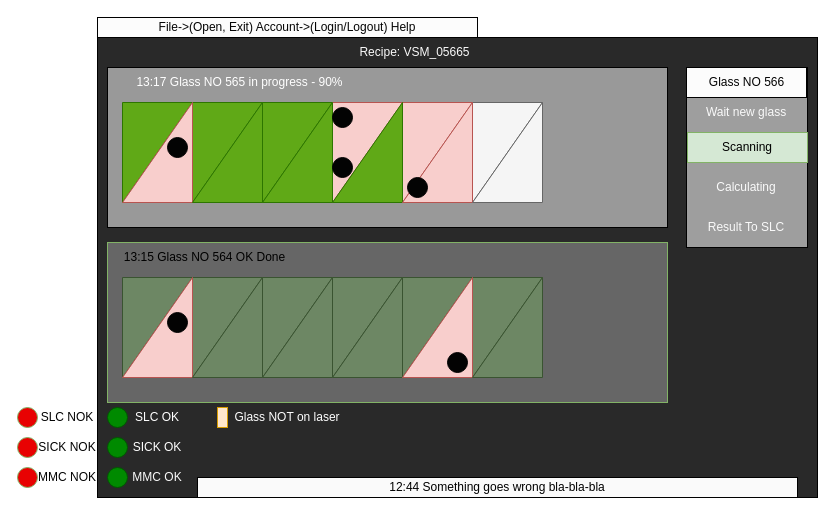
Before: page "Main window" (3 of 3) of Inspection Platform Dataflow.drawio in megavad/Diagrams, a draw.io diagram. Source tidied: cells renumbered, new cells numbered last; positions are measured from the earlier drawing's top-left corner, leaving out a move shared by most shapes. Both pictures are drawn from the tidied source at 100%, with x=0, y=0 at pixel (17, 17).
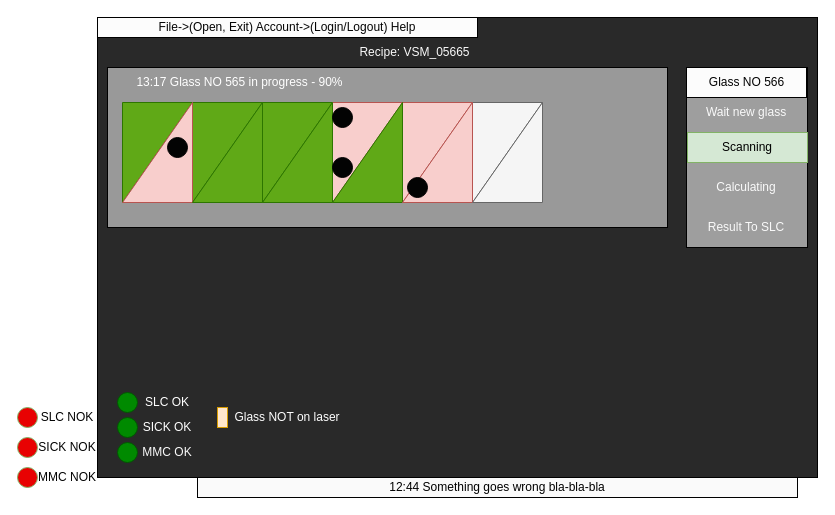
The same diagram, later.

The edit, as a diff of the source:
```diff
@@
     <mxCell id="2" style="rounded=0;whiteSpace=wrap;html=1;fillColor=#292929;" parent="1" vertex="1">
-      <mxGeometry x="80" y="20" width="720" height="460" as="geometry" />
+      <mxGeometry x="80" width="720" height="460" as="geometry" />
     </mxCell>
@@
     <mxCell id="4" style="ellipse;whiteSpace=wrap;html=1;fillColor=#008a00;strokeColor=#005700;fontColor=#ffffff;" parent="1" vertex="1">
-      <mxGeometry x="90" y="390" width="20" height="20" as="geometry" />
+      <mxGeometry x="100" y="375" width="20" height="20" as="geometry" />
     </mxCell>
     <mxCell id="5" style="ellipse;whiteSpace=wrap;html=1;fillColor=#008a00;strokeColor=#005700;fontColor=#ffffff;" parent="1" vertex="1">
-      <mxGeometry x="90" y="420" width="20" height="20" as="geometry" />
+      <mxGeometry x="100" y="400" width="20" height="20" as="geometry" />
     </mxCell>
     <mxCell id="6" style="ellipse;whiteSpace=wrap;html=1;fillColor=#008a00;strokeColor=#005700;fontColor=#ffffff;" parent="1" vertex="1">
-      <mxGeometry x="90" y="450" width="20" height="20" as="geometry" />
+      <mxGeometry x="100" y="425" width="20" height="20" as="geometry" />
     </mxCell>
     <mxCell id="7" value="SLC OK" style="text;html=1;strokeColor=none;fillColor=none;align=center;verticalAlign=middle;whiteSpace=wrap;rounded=0;fontColor=#FFFFFF;" parent="1" vertex="1">
-      <mxGeometry x="110" y="385" width="60" height="30" as="geometry" />
+      <mxGeometry x="120" y="370" width="60" height="30" as="geometry" />
     </mxCell>
     <mxCell id="8" value="SICK OK" style="text;html=1;strokeColor=none;fillColor=none;align=center;verticalAlign=middle;whiteSpace=wrap;rounded=0;fontColor=#FFFFFF;" parent="1" vertex="1">
-      <mxGeometry x="110" y="415" width="60" height="30" as="geometry" />
+      <mxGeometry x="120" y="395" width="60" height="30" as="geometry" />
     </mxCell>
@@
     <mxCell id="10" value="MMC OK" style="text;html=1;strokeColor=none;fillColor=none;align=center;verticalAlign=middle;whiteSpace=wrap;rounded=0;fontColor=#FAFAFA;" parent="1" vertex="1">
-      <mxGeometry x="110" y="445" width="60" height="30" as="geometry" />
+      <mxGeometry x="120" y="420" width="60" height="30" as="geometry" />
     </mxCell>
@@
-    <mxCell id="28" style="rounded=0;whiteSpace=wrap;html=1;fillColor=#666666;strokeColor=#82b366;" parent="1" vertex="1">
-      <mxGeometry x="90" y="225" width="560" height="160" as="geometry" />
-    </mxCell>
-    <mxCell id="29" style="verticalLabelPosition=bottom;verticalAlign=top;html=1;shape=mxgraph.basic.orthogonal_triangle;fillColor=#6d8764;direction=south;strokeColor=#3A5431;fontColor=#ffffff;" parent="1" vertex="1">
-      <mxGeometry x="105" y="260" width="70" height="100" as="geometry" />
-    </mxCell>
-    <mxCell id="30" style="verticalLabelPosition=bottom;verticalAlign=top;html=1;shape=mxgraph.basic.orthogonal_triangle;fillColor=#6d8764;direction=south;strokeColor=#3A5431;fontColor=#ffffff;" parent="1" vertex="1">
-      <mxGeometry x="175" y="260" width="70" height="100" as="geometry" />
-    </mxCell>
-    <mxCell id="31" style="verticalLabelPosition=bottom;verticalAlign=top;html=1;shape=mxgraph.basic.orthogonal_triangle;fillColor=#6d8764;direction=south;strokeColor=#3A5431;fontColor=#ffffff;" parent="1" vertex="1">
-      <mxGeometry x="245" y="260" width="70" height="100" as="geometry" />
-    </mxCell>
-    <mxCell id="32" style="verticalLabelPosition=bottom;verticalAlign=top;html=1;shape=mxgraph.basic.orthogonal_triangle;fillColor=#6d8764;direction=south;strokeColor=#3A5431;fontColor=#ffffff;" parent="1" vertex="1">
-      <mxGeometry x="315" y="260" width="70" height="100" as="geometry" />
-    </mxCell>
-    <mxCell id="33" style="verticalLabelPosition=bottom;verticalAlign=top;html=1;shape=mxgraph.basic.orthogonal_triangle;fillColor=#6d8764;direction=south;strokeColor=#3A5431;fontColor=#ffffff;" parent="1" vertex="1">
-      <mxGeometry x="385" y="260" width="70" height="100" as="geometry" />
-    </mxCell>
-    <mxCell id="34" style="verticalLabelPosition=bottom;verticalAlign=top;html=1;shape=mxgraph.basic.orthogonal_triangle;fillColor=#6d8764;direction=south;strokeColor=#3A5431;fontColor=#ffffff;" parent="1" vertex="1">
-      <mxGeometry x="455" y="260" width="70" height="100" as="geometry" />
-    </mxCell>
-    <mxCell id="35" style="verticalLabelPosition=bottom;verticalAlign=top;html=1;shape=mxgraph.basic.orthogonal_triangle;fillColor=#f8cecc;direction=north;strokeColor=#b85450;" parent="1" vertex="1">
-      <mxGeometry x="105" y="260" width="70" height="100" as="geometry" />
-    </mxCell>
-    <mxCell id="36" style="verticalLabelPosition=bottom;verticalAlign=top;html=1;shape=mxgraph.basic.orthogonal_triangle;fillColor=#6d8764;direction=north;strokeColor=#3A5431;fontColor=#ffffff;" parent="1" vertex="1">
-      <mxGeometry x="175" y="260" width="70" height="100" as="geometry" />
-    </mxCell>
-    <mxCell id="37" style="verticalLabelPosition=bottom;verticalAlign=top;html=1;shape=mxgraph.basic.orthogonal_triangle;fillColor=#6d8764;direction=north;strokeColor=#3A5431;fontColor=#ffffff;" parent="1" vertex="1">
-      <mxGeometry x="245" y="260" width="70" height="100" as="geometry" />
-    </mxCell>
-    <mxCell id="38" style="verticalLabelPosition=bottom;verticalAlign=top;html=1;shape=mxgraph.basic.orthogonal_triangle;fillColor=#6d8764;direction=north;strokeColor=#3A5431;fontColor=#ffffff;" parent="1" vertex="1">
-      <mxGeometry x="315" y="260" width="70" height="100" as="geometry" />
-    </mxCell>
-    <mxCell id="39" style="verticalLabelPosition=bottom;verticalAlign=top;html=1;shape=mxgraph.basic.orthogonal_triangle;fillColor=#f8cecc;direction=north;strokeColor=#b85450;" parent="1" vertex="1">
-      <mxGeometry x="385" y="260" width="70" height="100" as="geometry" />
-    </mxCell>
-    <mxCell id="40" style="verticalLabelPosition=bottom;verticalAlign=top;html=1;shape=mxgraph.basic.orthogonal_triangle;fillColor=#6d8764;direction=north;strokeColor=#3A5431;fontColor=#ffffff;" parent="1" vertex="1">
-      <mxGeometry x="455" y="260" width="70" height="100" as="geometry" />
-    </mxCell>
-    <mxCell id="41" style="ellipse;whiteSpace=wrap;html=1;fillColor=#030303;" parent="1" vertex="1">
-      <mxGeometry x="150" y="295" width="20" height="20" as="geometry" />
-    </mxCell>
-    <mxCell id="42" style="ellipse;whiteSpace=wrap;html=1;fillColor=#030303;" parent="1" vertex="1">
-      <mxGeometry x="430" y="335" width="20" height="20" as="geometry" />
-    </mxCell>
-    <mxCell id="43" value="13:15 Glass NO 564 OK Done" style="text;html=1;strokeColor=none;fillColor=none;align=center;verticalAlign=middle;whiteSpace=wrap;rounded=0;" parent="1" vertex="1">
-      <mxGeometry x="105" y="225" width="165" height="30" as="geometry" />
-    </mxCell>
```
